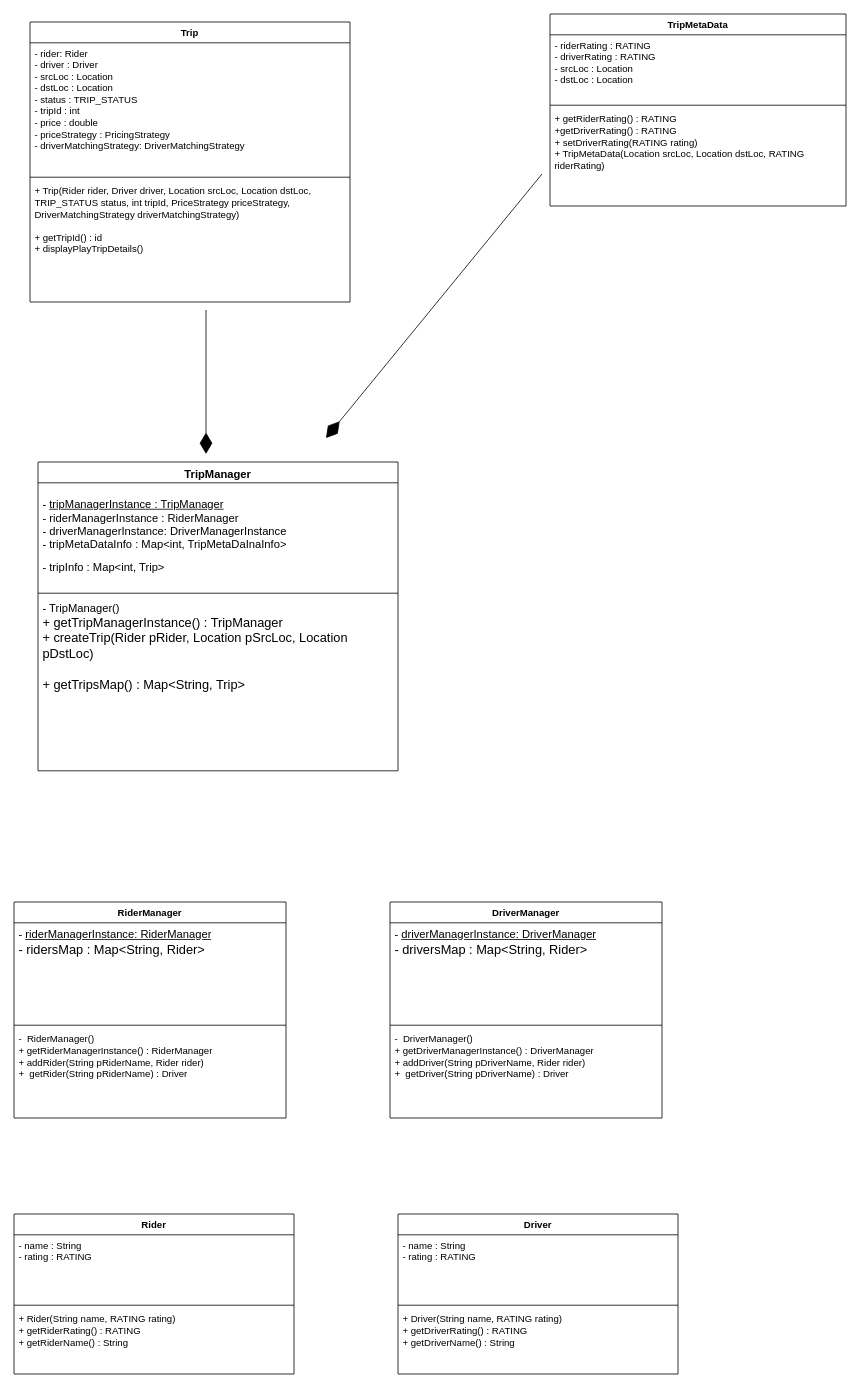
Above: Cab service(uber/ola).drawio in Varma2116/system-design (draw.io), before the change. Source tidied: cells renumbered, new cells numbered last; positions are measured from the earlier drawing's top-left corner, leaving out a move shared by most shapes. Both pictures are drawn from the tidied source at 80%, with x=0, y=0 at pixel (14, 14).
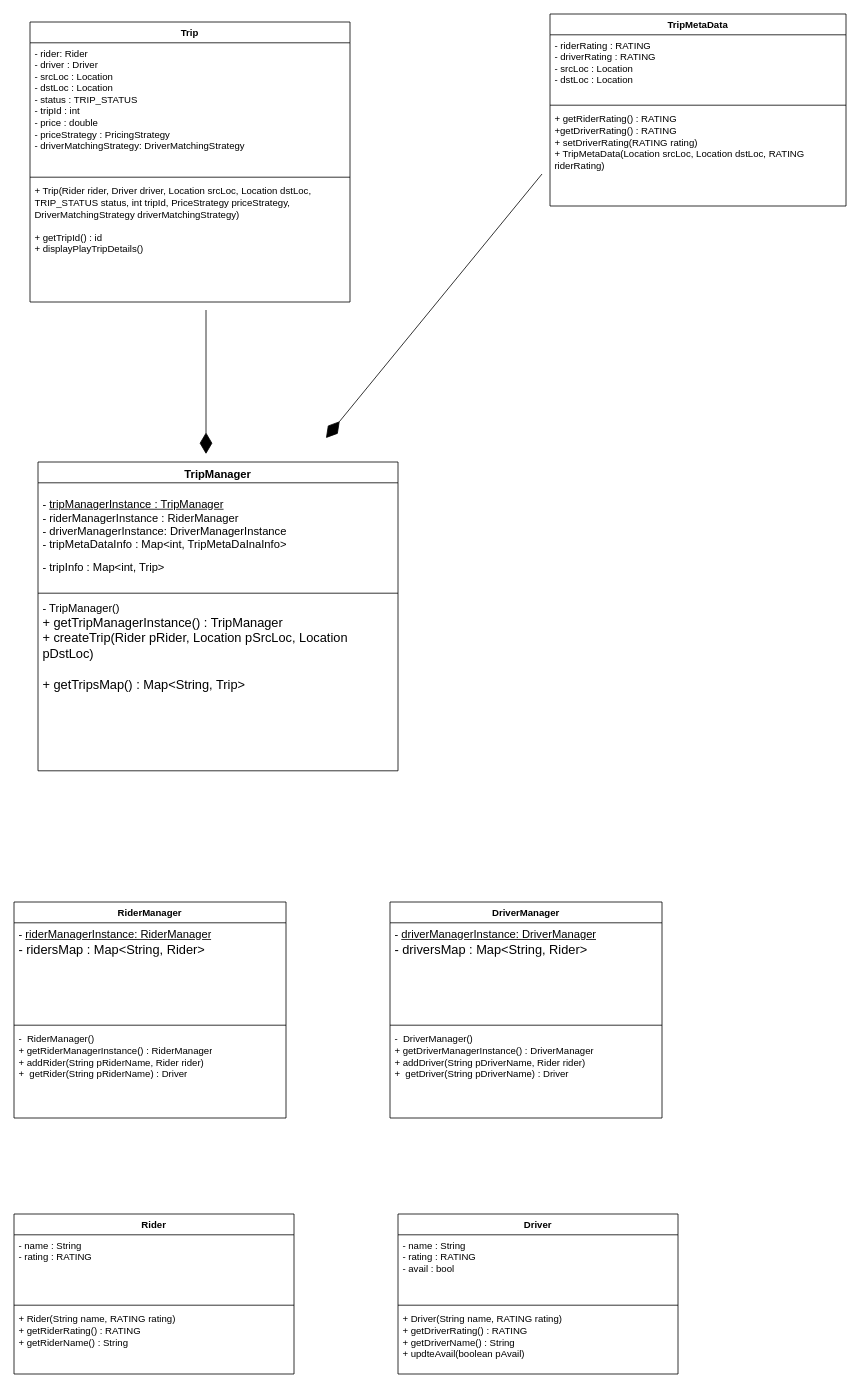
The same page after the edit.

Unchanged cells that the change refers to:
```xml
<mxCell id="28" value="Driver" style="swimlane;fontStyle=1;align=center;verticalAlign=top;horizontal=1;startSize=26;whiteSpace=wrap;html=1;" parent="1" vertex="1">
  <mxGeometry x="480" y="1500" width="350" height="200" as="geometry" />
</mxCell>
```

Diff of the diagram source:
```diff
@@
-    <mxCell id="29" value="- name : String&lt;div&gt;- rating : RATING&lt;/div&gt;" style="text;strokeColor=none;fillColor=none;align=left;verticalAlign=top;spacingLeft=4;spacingRight=4;overflow=hidden;whiteSpace=wrap;html=1;" parent="28" vertex="1">
+    <mxCell id="29" value="- name : String&lt;div&gt;- rating : RATING&lt;/div&gt;&lt;div&gt;- avail : bool&lt;/div&gt;" style="text;strokeColor=none;fillColor=none;align=left;verticalAlign=top;spacingLeft=4;spacingRight=4;overflow=hidden;whiteSpace=wrap;html=1;" parent="28" vertex="1">
       <mxGeometry y="26" width="350" height="84" as="geometry" />
     </mxCell>
@@
-    <mxCell id="31" value="+ Driver(String name, RATING rating)&lt;div&gt;+ getDriverRating() : RATING&lt;/div&gt;&lt;div&gt;+ getDriverName() : String&lt;/div&gt;" style="text;strokeColor=none;fillColor=none;align=left;verticalAlign=top;spacingLeft=4;spacingRight=4;overflow=hidden;whiteSpace=wrap;html=1;" parent="28" vertex="1">
+    <mxCell id="31" value="+ Driver(String name, RATING rating)&lt;div&gt;+ getDriverRating() : RATING&lt;/div&gt;&lt;div&gt;+ getDriverName() : String&lt;/div&gt;&lt;div&gt;+ updteAvail(boolean pAvail)&lt;/div&gt;" style="text;strokeColor=none;fillColor=none;align=left;verticalAlign=top;spacingLeft=4;spacingRight=4;overflow=hidden;whiteSpace=wrap;html=1;" parent="28" vertex="1">
       <mxGeometry y="118" width="350" height="82" as="geometry" />
     </mxCell>
```
